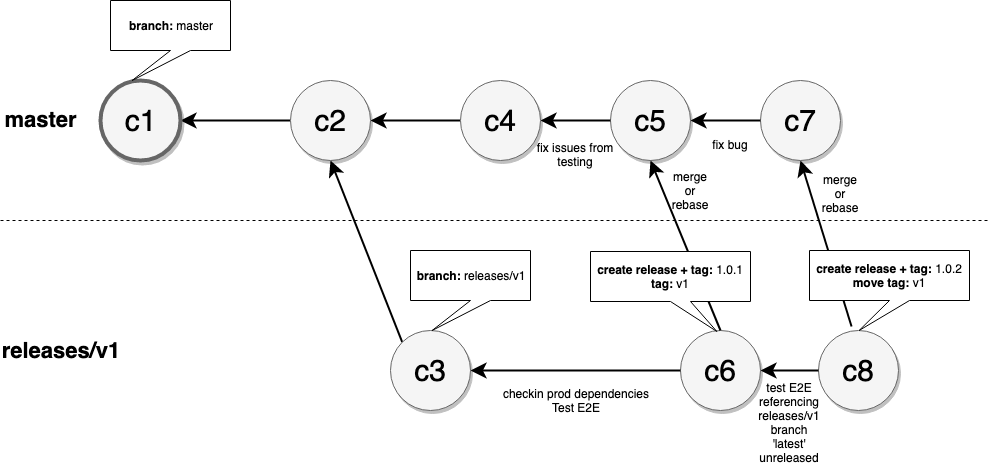
Before: docs/assets/action-releases.png, a diagram exported from draw.io (actions/toolkit). Source tidied: cells renumbered, new cells last; positions are measured from the earlier drawing's top-left corner, leaving out a move shared by most shapes. Its diagram source:
```xml
<mxGraphModel background="#ffffff">
  <root>
    <mxCell id="0" style="html=1;" />
    <mxCell id="1" style="html=1;" parent="0" />
    <mxCell id="2" style="edgeStyle=none;curved=1;html=1;startSize=10;endArrow=classic;endFill=1;endSize=10;strokeColor=#000000;strokeWidth=2;fontSize=12;entryX=1;entryY=0.5;entryDx=0;entryDy=0;exitX=0;exitY=0.5;exitDx=0;exitDy=0;" parent="1" edge="1" source="6" target="4">
      <mxGeometry relative="1" as="geometry" />
    </mxCell>
    <mxCell id="3" style="edgeStyle=none;curved=1;html=1;startSize=10;endFill=1;endSize=10;strokeWidth=2;fontSize=12;exitX=0;exitY=0;exitDx=0;exitDy=0;entryX=0.5;entryY=1;entryDx=0;entryDy=0;" parent="1" edge="1" source="7" target="6">
      <mxGeometry relative="1" as="geometry" />
    </mxCell>
    <mxCell id="4" value="c1" style="ellipse;whiteSpace=wrap;html=1;rounded=0;shadow=1;strokeColor=#666666;strokeWidth=4;fontSize=30;align=center;fillColor=#f5f5f5;" parent="1" vertex="1">
      <mxGeometry x="100" y="80" width="80" height="80" as="geometry" />
    </mxCell>
    <mxCell id="5" style="edgeStyle=none;curved=1;html=1;startSize=10;endFill=1;endSize=10;strokeWidth=2;fontSize=12;exitX=0;exitY=0.5;exitDx=0;exitDy=0;entryX=1;entryY=0.5;entryDx=0;entryDy=0;" parent="1" edge="1" source="10" target="6">
      <mxGeometry relative="1" as="geometry" />
    </mxCell>
    <mxCell id="6" value="c2" style="ellipse;whiteSpace=wrap;html=1;rounded=0;shadow=1;strokeColor=#666666;strokeWidth=1;fontSize=30;align=center;fillColor=#f5f5f5;" parent="1" vertex="1">
      <mxGeometry x="290" y="80" width="80" height="80" as="geometry" />
    </mxCell>
    <mxCell id="7" value="c3" style="ellipse;whiteSpace=wrap;html=1;rounded=0;shadow=1;strokeColor=#666666;strokeWidth=1;fontSize=30;align=center;fillColor=#f5f5f5;" parent="1" vertex="1">
      <mxGeometry x="390" y="330" width="80" height="80" as="geometry" />
    </mxCell>
    <mxCell id="8" value="c5" style="ellipse;whiteSpace=wrap;html=1;rounded=0;shadow=1;strokeColor=#666666;strokeWidth=1;fontSize=30;align=center;fillColor=#f5f5f5;" parent="1" vertex="1">
      <mxGeometry x="610" y="80" width="80" height="80" as="geometry" />
    </mxCell>
    <mxCell id="9" style="edgeStyle=none;curved=1;html=1;startSize=10;endFill=1;endSize=10;strokeWidth=2;fontSize=12;exitX=0;exitY=0.5;exitDx=0;exitDy=0;entryX=1;entryY=0.5;entryDx=0;entryDy=0;" parent="1" edge="1" source="8" target="10">
      <mxGeometry relative="1" as="geometry" />
    </mxCell>
    <mxCell id="10" value="c4" style="ellipse;whiteSpace=wrap;html=1;rounded=0;shadow=1;strokeColor=#666666;strokeWidth=1;fontSize=30;align=center;fillColor=#f5f5f5;" parent="1" vertex="1">
      <mxGeometry x="460" y="80" width="80" height="80" as="geometry" />
    </mxCell>
    <mxCell id="11" value="&lt;b&gt;branch:&lt;/b&gt;&amp;nbsp;releases/v1" style="shape=callout;whiteSpace=wrap;html=1;perimeter=calloutPerimeter;position2=0.18;" parent="1" vertex="1">
      <mxGeometry x="410" y="250" width="120" height="80" as="geometry" />
    </mxCell>
    <mxCell id="12" value="checkin prod dependencies&lt;br&gt;Test E2E" style="text;html=1;strokeColor=none;fillColor=none;align=center;verticalAlign=middle;whiteSpace=wrap;rounded=0;" parent="1" vertex="1">
      <mxGeometry x="485" y="390" width="180" height="20" as="geometry" />
    </mxCell>
    <mxCell id="13" value="c6" style="ellipse;whiteSpace=wrap;html=1;rounded=0;shadow=1;strokeColor=#666666;strokeWidth=1;fontSize=30;align=center;fillColor=#f5f5f5;" parent="1" vertex="1">
      <mxGeometry x="680" y="330" width="80" height="80" as="geometry" />
    </mxCell>
    <mxCell id="14" style="edgeStyle=none;curved=1;html=1;startSize=10;endFill=1;endSize=10;strokeWidth=2;fontSize=12;exitX=0;exitY=0.5;exitDx=0;exitDy=0;entryX=1;entryY=0.5;entryDx=0;entryDy=0;" parent="1" edge="1" source="13" target="7">
      <mxGeometry relative="1" as="geometry" />
    </mxCell>
    <mxCell id="15" value="fix issues from testing" style="text;html=1;strokeColor=none;fillColor=none;align=center;verticalAlign=middle;whiteSpace=wrap;rounded=0;" parent="1" vertex="1">
      <mxGeometry x="525" y="144" width="100" height="20" as="geometry" />
    </mxCell>
    <mxCell id="16" style="edgeStyle=none;curved=1;html=1;startSize=10;endFill=1;endSize=10;strokeWidth=2;fontSize=12;exitX=0.5;exitY=0;exitDx=0;exitDy=0;entryX=0.5;entryY=1;entryDx=0;entryDy=0;" parent="1" edge="1" source="13" target="8">
      <mxGeometry relative="1" as="geometry" />
    </mxCell>
    <mxCell id="17" value="merge or rebase" style="text;html=1;strokeColor=none;fillColor=none;align=center;verticalAlign=middle;whiteSpace=wrap;rounded=0;" parent="1" vertex="1">
      <mxGeometry x="670" y="180" width="40" height="20" as="geometry" />
    </mxCell>
    <mxCell id="18" value="&lt;b&gt;create release + tag:&lt;/b&gt; 1.0.1&lt;br&gt;&lt;b&gt;tag:&lt;/b&gt; v1" style="shape=callout;whiteSpace=wrap;html=1;perimeter=calloutPerimeter;position2=0.79;" parent="1" vertex="1">
      <mxGeometry x="590" y="251" width="160" height="80" as="geometry" />
    </mxCell>
    <mxCell id="19" value="&lt;b&gt;branch:&lt;/b&gt;&amp;nbsp;master" style="shape=callout;whiteSpace=wrap;html=1;perimeter=calloutPerimeter;position2=0.18;" parent="1" vertex="1">
      <mxGeometry x="110" width="120" height="80" as="geometry" />
    </mxCell>
    <mxCell id="20" value="c7" style="ellipse;whiteSpace=wrap;html=1;rounded=0;shadow=1;strokeColor=#666666;strokeWidth=1;fontSize=30;align=center;fillColor=#f5f5f5;" parent="1" vertex="1">
      <mxGeometry x="760" y="80" width="80" height="80" as="geometry" />
    </mxCell>
    <mxCell id="21" style="edgeStyle=none;curved=1;html=1;startSize=10;endFill=1;endSize=10;strokeWidth=2;fontSize=12;exitX=0;exitY=0.5;exitDx=0;exitDy=0;" parent="1" edge="1" source="20">
      <mxGeometry relative="1" as="geometry">
        <mxPoint x="690" y="120" as="targetPoint" />
      </mxGeometry>
    </mxCell>
    <mxCell id="22" value="c8" style="ellipse;whiteSpace=wrap;html=1;rounded=0;shadow=1;strokeColor=#666666;strokeWidth=1;fontSize=30;align=center;fillColor=#f5f5f5;" parent="1" vertex="1">
      <mxGeometry x="818" y="330" width="80" height="80" as="geometry" />
    </mxCell>
    <mxCell id="23" style="edgeStyle=none;curved=1;html=1;startSize=10;endFill=1;endSize=10;strokeWidth=2;fontSize=12;exitX=0;exitY=0.5;exitDx=0;exitDy=0;entryX=1;entryY=0.5;entryDx=0;entryDy=0;" parent="1" edge="1" source="22" target="13">
      <mxGeometry relative="1" as="geometry" />
    </mxCell>
    <mxCell id="24" style="edgeStyle=none;curved=1;html=1;startSize=10;endFill=1;endSize=10;strokeWidth=2;fontSize=12;exitX=0.413;exitY=-0.05;exitDx=0;exitDy=0;entryX=0.5;entryY=1;entryDx=0;entryDy=0;exitPerimeter=0;" parent="1" edge="1" source="22" target="20">
      <mxGeometry relative="1" as="geometry" />
    </mxCell>
    <mxCell id="25" value="merge or rebase" style="text;html=1;strokeColor=none;fillColor=none;align=center;verticalAlign=middle;whiteSpace=wrap;rounded=0;" parent="1" vertex="1">
      <mxGeometry x="820" y="183" width="40" height="20" as="geometry" />
    </mxCell>
    <mxCell id="26" value="fix bug" style="text;html=1;strokeColor=none;fillColor=none;align=center;verticalAlign=middle;whiteSpace=wrap;rounded=0;" parent="1" vertex="1">
      <mxGeometry x="710" y="134" width="40" height="20" as="geometry" />
    </mxCell>
    <mxCell id="27" value="test E2E referencing releases/v1 branch 'latest' unreleased" style="text;html=1;strokeColor=none;fillColor=none;align=center;verticalAlign=middle;whiteSpace=wrap;rounded=0;" parent="1" vertex="1">
      <mxGeometry x="769" y="412" width="40" height="20" as="geometry" />
    </mxCell>
    <mxCell id="28" value="&lt;b&gt;create release + tag:&lt;/b&gt; 1.0.2&lt;br&gt;&lt;b&gt;move tag:&lt;/b&gt; v1" style="shape=callout;whiteSpace=wrap;html=1;perimeter=calloutPerimeter;position2=0.31;" parent="1" vertex="1">
      <mxGeometry x="809" y="250" width="160" height="80" as="geometry" />
    </mxCell>
    <mxCell id="29" value="master" style="text;html=1;strokeColor=none;fillColor=none;align=center;verticalAlign=middle;whiteSpace=wrap;rounded=0;fontStyle=1;fontSize=22;" parent="1" vertex="1">
      <mxGeometry x="10" y="109" width="60" height="20" as="geometry" />
    </mxCell>
    <mxCell id="30" value="releases/v1" style="text;html=1;strokeColor=none;fillColor=none;align=center;verticalAlign=middle;whiteSpace=wrap;rounded=0;fontStyle=1;fontSize=22;" parent="1" vertex="1">
      <mxGeometry y="340" width="120" height="20" as="geometry" />
    </mxCell>
    <mxCell id="31" style="endArrow=none;dashed=1;html=1;fontSize=22;" parent="1" edge="1">
      <mxGeometry relative="1" as="geometry">
        <mxPoint y="220" as="sourcePoint" />
        <mxPoint x="990" y="220" as="targetPoint" />
      </mxGeometry>
    </mxCell>
  </root>
</mxGraphModel>
```
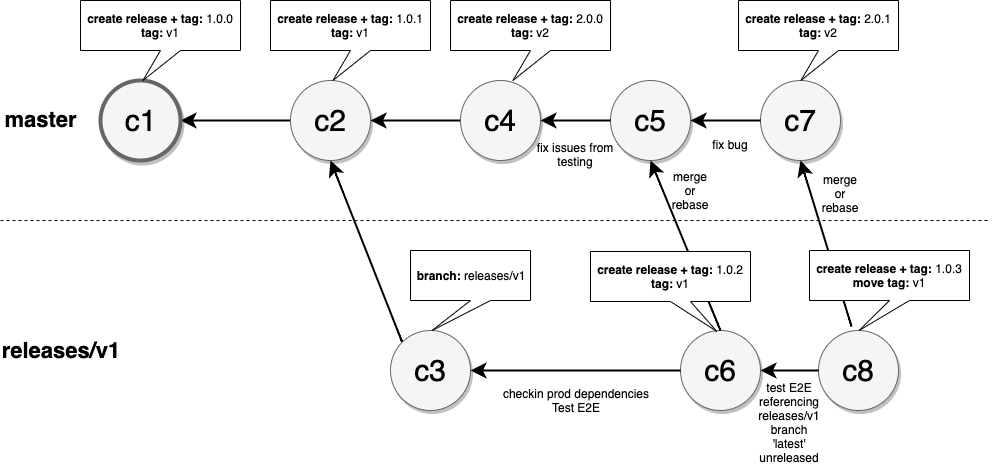
After the change.

What changed in the source:
```diff
@@ -50,12 +50,9 @@
     <mxCell id="17" value="merge or rebase" style="text;html=1;strokeColor=none;fillColor=none;align=center;verticalAlign=middle;whiteSpace=wrap;rounded=0;" parent="1" vertex="1">
       <mxGeometry x="670" y="180" width="40" height="20" as="geometry" />
     </mxCell>
-    <mxCell id="18" value="&lt;b&gt;create release + tag:&lt;/b&gt; 1.0.1&lt;br&gt;&lt;b&gt;tag:&lt;/b&gt; v1" style="shape=callout;whiteSpace=wrap;html=1;perimeter=calloutPerimeter;position2=0.79;" parent="1" vertex="1">
+    <mxCell id="18" value="&lt;b&gt;create release + tag:&lt;/b&gt; 1.0.2&lt;br&gt;&lt;b&gt;tag:&lt;/b&gt; v1" style="shape=callout;whiteSpace=wrap;html=1;perimeter=calloutPerimeter;position2=0.79;" parent="1" vertex="1">
       <mxGeometry x="590" y="251" width="160" height="80" as="geometry" />
     </mxCell>
-    <mxCell id="19" value="&lt;b&gt;branch:&lt;/b&gt;&amp;nbsp;master" style="shape=callout;whiteSpace=wrap;html=1;perimeter=calloutPerimeter;position2=0.18;" parent="1" vertex="1">
-      <mxGeometry x="110" width="120" height="80" as="geometry" />
-    </mxCell>
     <mxCell id="20" value="c7" style="ellipse;whiteSpace=wrap;html=1;rounded=0;shadow=1;strokeColor=#666666;strokeWidth=1;fontSize=30;align=center;fillColor=#f5f5f5;" parent="1" vertex="1">
       <mxGeometry x="760" y="80" width="80" height="80" as="geometry" />
     </mxCell>
@@ -82,7 +79,7 @@
     <mxCell id="27" value="test E2E referencing releases/v1 branch 'latest' unreleased" style="text;html=1;strokeColor=none;fillColor=none;align=center;verticalAlign=middle;whiteSpace=wrap;rounded=0;" parent="1" vertex="1">
       <mxGeometry x="769" y="412" width="40" height="20" as="geometry" />
     </mxCell>
-    <mxCell id="28" value="&lt;b&gt;create release + tag:&lt;/b&gt; 1.0.2&lt;br&gt;&lt;b&gt;move tag:&lt;/b&gt; v1" style="shape=callout;whiteSpace=wrap;html=1;perimeter=calloutPerimeter;position2=0.31;" parent="1" vertex="1">
+    <mxCell id="28" value="&lt;b&gt;create release + tag:&lt;/b&gt; 1.0.3&lt;br&gt;&lt;b&gt;move tag:&lt;/b&gt; v1" style="shape=callout;whiteSpace=wrap;html=1;perimeter=calloutPerimeter;position2=0.31;" parent="1" vertex="1">
       <mxGeometry x="809" y="250" width="160" height="80" as="geometry" />
     </mxCell>
     <mxCell id="29" value="master" style="text;html=1;strokeColor=none;fillColor=none;align=center;verticalAlign=middle;whiteSpace=wrap;rounded=0;fontStyle=1;fontSize=22;" parent="1" vertex="1">
@@ -97,5 +94,17 @@
         <mxPoint x="990" y="220" as="targetPoint" />
       </mxGeometry>
     </mxCell>
+    <mxCell id="32" value="&lt;b&gt;create release + tag:&lt;/b&gt; 1.0.1&lt;br&gt;&lt;b&gt;tag:&lt;/b&gt; v1" style="shape=callout;whiteSpace=wrap;html=1;perimeter=calloutPerimeter;position2=0.39;" parent="1" vertex="1">
+      <mxGeometry x="270" width="160" height="80" as="geometry" />
+    </mxCell>
+    <mxCell id="33" value="&lt;b&gt;create release + tag:&lt;/b&gt; 1.0.0&lt;br&gt;&lt;b&gt;tag:&lt;/b&gt; v1" style="shape=callout;whiteSpace=wrap;html=1;perimeter=calloutPerimeter;position2=0.39;" parent="1" vertex="1">
+      <mxGeometry x="80" width="160" height="80" as="geometry" />
+    </mxCell>
+    <mxCell id="34" value="&lt;b&gt;create release + tag:&lt;/b&gt;&amp;nbsp;2.0.0&lt;br&gt;&lt;b&gt;tag:&lt;/b&gt; v2" style="shape=callout;whiteSpace=wrap;html=1;perimeter=calloutPerimeter;position2=0.39;" parent="1" vertex="1">
+      <mxGeometry x="450" width="160" height="80" as="geometry" />
+    </mxCell>
+    <mxCell id="35" value="&lt;b&gt;create release + tag:&lt;/b&gt;&amp;nbsp;2.0.1&lt;br&gt;&lt;b&gt;tag:&lt;/b&gt; v2" style="shape=callout;whiteSpace=wrap;html=1;perimeter=calloutPerimeter;position2=0.39;" parent="1" vertex="1">
+      <mxGeometry x="738" width="160" height="80" as="geometry" />
+    </mxCell>
   </root>
 </mxGraphModel>
```
